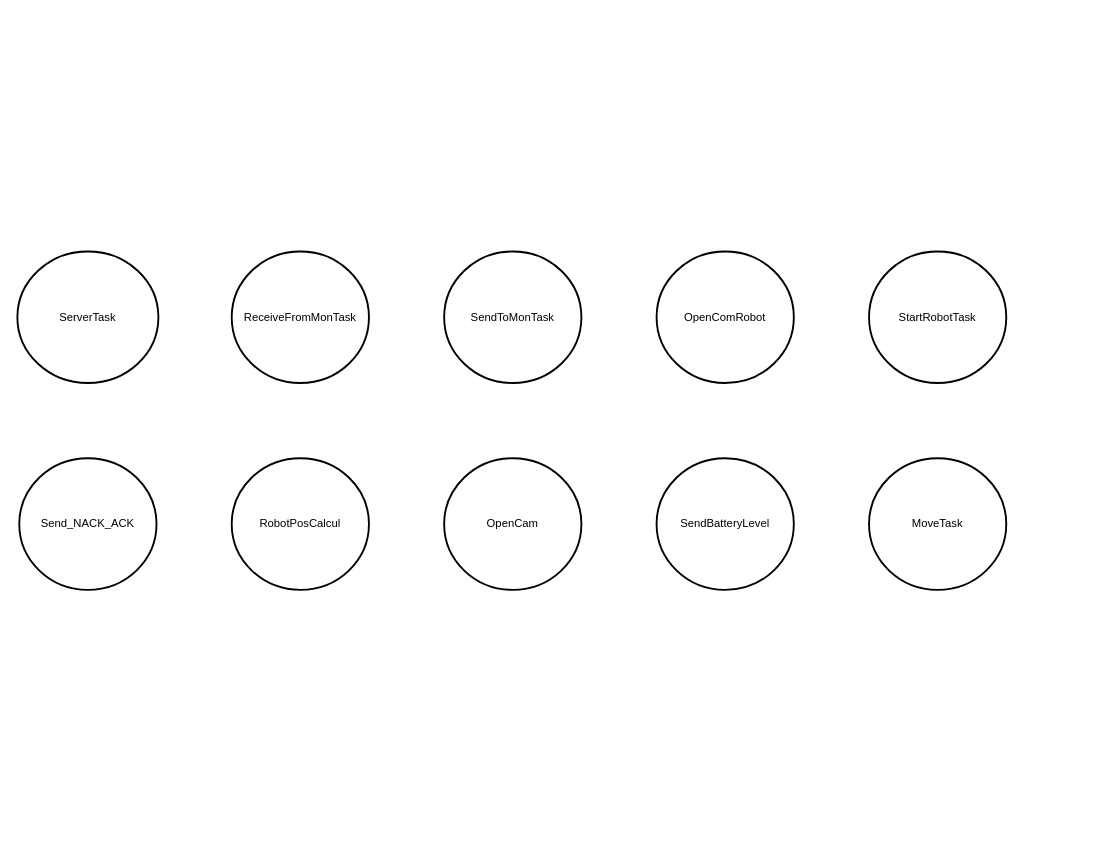
Earlier version of the draw.io diagram Diagramme sans nom.drawio (Ruba008/BE_temps_reel). Source tidied: cells renumbered, new cells numbered last; positions are measured from the earlier drawing's top-left corner, leaving out a move shared by most shapes. Both pictures are drawn from the tidied source at 94%, with x=0, y=0 at pixel (17, 251).
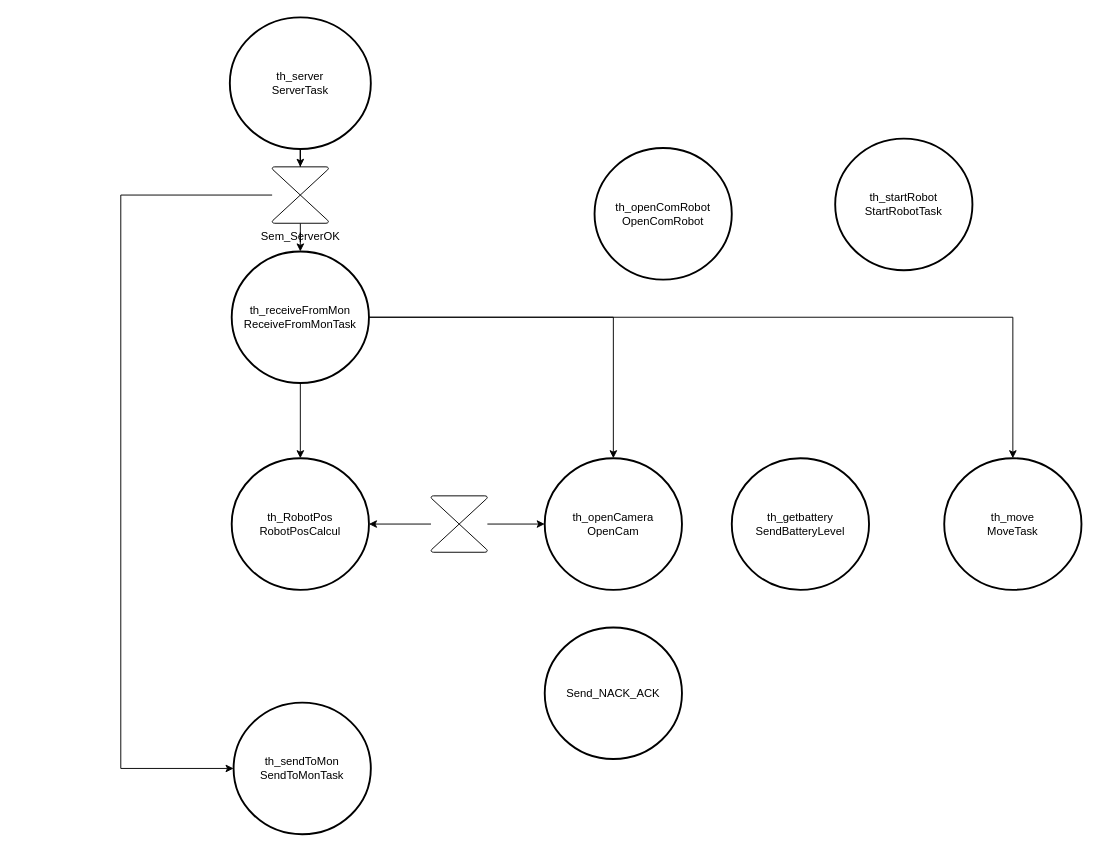
Above is the later version.

Commit message (it also covers changes not shown here):
Mettre à jour Diagramme sans nom.drawio

The edit, as a diff of the source:
```diff
@@
-    <mxCell id="2" value="SendToMonTask" style="strokeWidth=2;html=1;shape=mxgraph.flowchart.start_2;whiteSpace=wrap;" parent="1" vertex="1">
-      <mxGeometry x="454" width="146" height="140" as="geometry" />
+    <mxCell id="2" value="&lt;div&gt;&lt;div&gt;th_sendToMon&lt;/div&gt;&lt;/div&gt;&lt;div&gt;SendToMonTask&lt;/div&gt;" style="strokeWidth=2;html=1;shape=mxgraph.flowchart.start_2;whiteSpace=wrap;" parent="1" vertex="1">
+      <mxGeometry x="230" y="480" width="146" height="140" as="geometry" />
     </mxCell>
+    <mxCell id="12" style="edgeStyle=orthogonalEdgeStyle;rounded=0;jettySize=auto;html=1;" parent="1" edge="1" source="3" target="9">
+      <mxGeometry relative="1" as="geometry" />
+    </mxCell>
-    <mxCell id="3" value="ReceiveFromMonTask" style="strokeWidth=2;html=1;shape=mxgraph.flowchart.start_2;whiteSpace=wrap;" parent="1" vertex="1">
+    <mxCell id="3" value="th_receiveFromMon&lt;br&gt;&lt;div&gt;ReceiveFromMonTask&lt;/div&gt;" style="strokeWidth=2;html=1;shape=mxgraph.flowchart.start_2;whiteSpace=wrap;" parent="1" vertex="1">
       <mxGeometry x="228" width="146" height="140" as="geometry" />
     </mxCell>
-    <mxCell id="4" value="OpenComRobot" style="strokeWidth=2;html=1;shape=mxgraph.flowchart.start_2;whiteSpace=wrap;" parent="1" vertex="1">
-      <mxGeometry x="680" width="146" height="140" as="geometry" />
+    <mxCell id="4" value="th_openComRobot&lt;br&gt;&lt;div&gt;OpenComRobot&lt;/div&gt;" style="strokeWidth=2;html=1;shape=mxgraph.flowchart.start_2;whiteSpace=wrap;" parent="1" vertex="1">
+      <mxGeometry x="614" y="-110" width="146" height="140" as="geometry" />
     </mxCell>
+    <mxCell id="13" style="edgeStyle=orthogonalEdgeStyle;rounded=0;jettySize=auto;html=1;" parent="1" edge="1" source="5" target="21">
+      <mxGeometry relative="1" as="geometry" />
+    </mxCell>
-    <mxCell id="5" value="ServerTask" style="strokeWidth=2;html=1;shape=mxgraph.flowchart.start_2;whiteSpace=wrap;" parent="1" vertex="1">
-      <mxGeometry width="150" height="140" as="geometry" />
+    <mxCell id="5" value="th_server&lt;br&gt;&lt;div&gt;ServerTask&lt;/div&gt;" style="strokeWidth=2;html=1;shape=mxgraph.flowchart.start_2;whiteSpace=wrap;" parent="1" vertex="1">
+      <mxGeometry x="226" y="-249" width="150" height="140" as="geometry" />
     </mxCell>
-    <mxCell id="6" value="StartRobotTask" style="strokeWidth=2;html=1;shape=mxgraph.flowchart.start_2;whiteSpace=wrap;" parent="1" vertex="1">
-      <mxGeometry x="906" width="146" height="140" as="geometry" />
+    <mxCell id="6" value="&lt;div&gt;th_startRobot&lt;br&gt;&lt;/div&gt;&lt;div&gt;StartRobotTask&lt;/div&gt;" style="strokeWidth=2;html=1;shape=mxgraph.flowchart.start_2;whiteSpace=wrap;" parent="1" vertex="1">
+      <mxGeometry x="870" y="-120" width="146" height="140" as="geometry" />
     </mxCell>
-    <mxCell id="7" value="MoveTask" style="strokeWidth=2;html=1;shape=mxgraph.flowchart.start_2;whiteSpace=wrap;" parent="1" vertex="1">
-      <mxGeometry x="906" y="220" width="146" height="140" as="geometry" />
+    <mxCell id="7" value="&lt;div&gt;th_move&lt;br&gt;&lt;/div&gt;&lt;div&gt;MoveTask&lt;/div&gt;" style="strokeWidth=2;html=1;shape=mxgraph.flowchart.start_2;whiteSpace=wrap;" parent="1" vertex="1">
+      <mxGeometry x="986" y="220" width="146" height="140" as="geometry" />
     </mxCell>
-    <mxCell id="8" value="SendBatteryLevel" style="strokeWidth=2;html=1;shape=mxgraph.flowchart.start_2;whiteSpace=wrap;" parent="1" vertex="1">
-      <mxGeometry x="680" y="220" width="146" height="140" as="geometry" />
+    <mxCell id="8" value="th_getbattery&lt;br&gt;&lt;div&gt;SendBatteryLevel&lt;/div&gt;" style="strokeWidth=2;html=1;shape=mxgraph.flowchart.start_2;whiteSpace=wrap;" parent="1" vertex="1">
+      <mxGeometry x="760" y="220" width="146" height="140" as="geometry" />
     </mxCell>
-    <mxCell id="9" value="OpenCam" style="strokeWidth=2;html=1;shape=mxgraph.flowchart.start_2;whiteSpace=wrap;" parent="1" vertex="1">
-      <mxGeometry x="454" y="220" width="146" height="140" as="geometry" />
+    <mxCell id="9" value="th_openCamera&lt;br&gt;&lt;div&gt;OpenCam&lt;/div&gt;" style="strokeWidth=2;html=1;shape=mxgraph.flowchart.start_2;whiteSpace=wrap;" parent="1" vertex="1">
+      <mxGeometry x="561" y="220" width="146" height="140" as="geometry" />
     </mxCell>
-    <mxCell id="10" value="RobotPosCalcul" style="strokeWidth=2;html=1;shape=mxgraph.flowchart.start_2;whiteSpace=wrap;" parent="1" vertex="1">
+    <mxCell id="10" value="th_RobotPos&lt;br&gt;&lt;div&gt;RobotPosCalcul&lt;/div&gt;" style="strokeWidth=2;html=1;shape=mxgraph.flowchart.start_2;whiteSpace=wrap;" parent="1" vertex="1">
       <mxGeometry x="228" y="220" width="146" height="140" as="geometry" />
     </mxCell>
     <mxCell id="11" value="Send_NACK_ACK" style="strokeWidth=2;html=1;shape=mxgraph.flowchart.start_2;whiteSpace=wrap;" parent="1" vertex="1">
-      <mxGeometry x="2" y="220" width="146" height="140" as="geometry" />
+      <mxGeometry x="561" y="400" width="146" height="140" as="geometry" />
     </mxCell>
+    <mxCell id="14" style="edgeStyle=orthogonalEdgeStyle;rounded=0;jettySize=auto;html=1;" parent="1" edge="1" source="15" target="10">
+      <mxGeometry relative="1" as="geometry" />
+    </mxCell>
+    <mxCell id="15" style="verticalLabelPosition=bottom;verticalAlign=top;html=1;shape=mxgraph.flowchart.collate;" parent="1" vertex="1">
+      <mxGeometry x="440" y="260" width="60" height="60" as="geometry" />
+    </mxCell>
+    <mxCell id="16" style="edgeStyle=orthogonalEdgeStyle;rounded=0;jettySize=auto;html=1;" parent="1" edge="1" source="15" target="9">
+      <mxGeometry relative="1" as="geometry" />
+    </mxCell>
+    <mxCell id="17" style="edgeStyle=orthogonalEdgeStyle;rounded=0;jettySize=auto;html=1;entryX=0.5;entryY=0;entryDx=0;entryDy=0;entryPerimeter=0;" parent="1" edge="1" source="3" target="10">
+      <mxGeometry relative="1" as="geometry" />
+    </mxCell>
+    <mxCell id="18" style="edgeStyle=orthogonalEdgeStyle;rounded=0;jettySize=auto;html=1;entryX=0.5;entryY=0;entryDx=0;entryDy=0;entryPerimeter=0;" parent="1" edge="1" source="3" target="7">
+      <mxGeometry relative="1" as="geometry" />
+    </mxCell>
+    <mxCell id="19" style="edgeStyle=orthogonalEdgeStyle;rounded=0;jettySize=auto;html=1;" parent="1" edge="1" source="21" target="3">
+      <mxGeometry relative="1" as="geometry" />
+    </mxCell>
+    <mxCell id="20" style="edgeStyle=orthogonalEdgeStyle;rounded=0;jettySize=auto;html=1;entryX=0;entryY=0.5;entryDx=0;entryDy=0;entryPerimeter=0;" parent="1" edge="1" source="21" target="2">
+      <mxGeometry relative="1" as="geometry">
+        <Array as="points">
+          <mxPoint x="110" y="-60" />
+          <mxPoint x="110" y="550" />
+        </Array>
+      </mxGeometry>
+    </mxCell>
+    <mxCell id="21" value="&lt;div&gt;Sem_ServerOK&lt;/div&gt;" style="verticalLabelPosition=bottom;verticalAlign=top;html=1;shape=mxgraph.flowchart.collate;rotation=0;" parent="1" vertex="1">
+      <mxGeometry x="271" y="-90" width="60" height="60" as="geometry" />
+    </mxCell>
```
